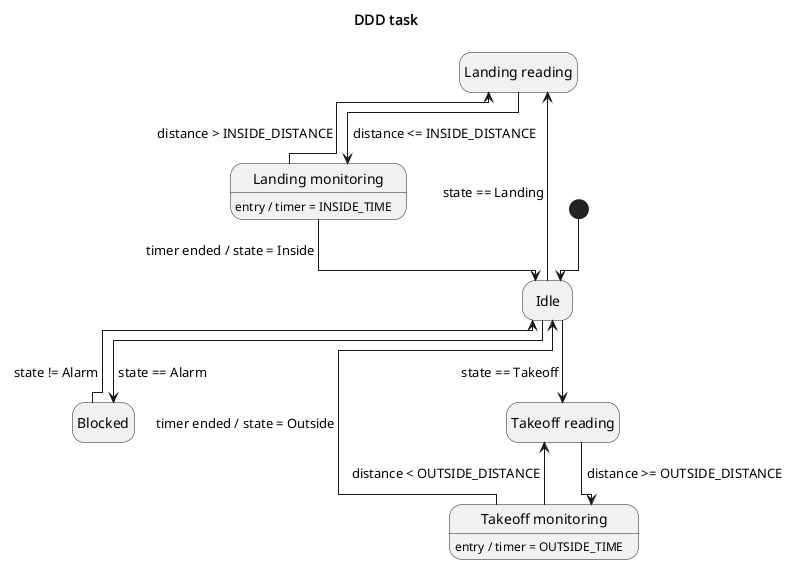
Before: assignments/02-sdh/docs/tasks/ddd.png, a diagram exported from PlantUML (the-real-deal/unibo-iot-didospita).
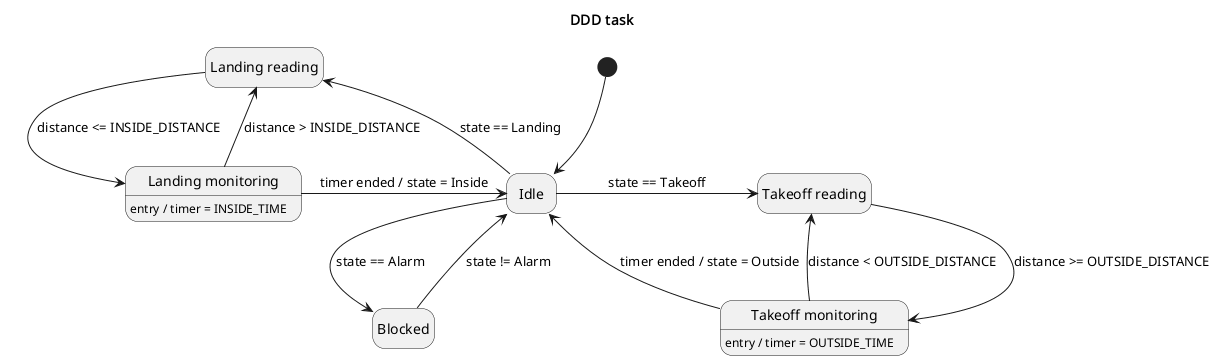
Later version of the same file.

Commit message:
default plantuml layout

What changed in the source:
```diff
@@ -1,5 +1,4 @@
 @startuml DDDTask
-!pragma layout elk
 hide empty description
 
 title "DDD task"
```
